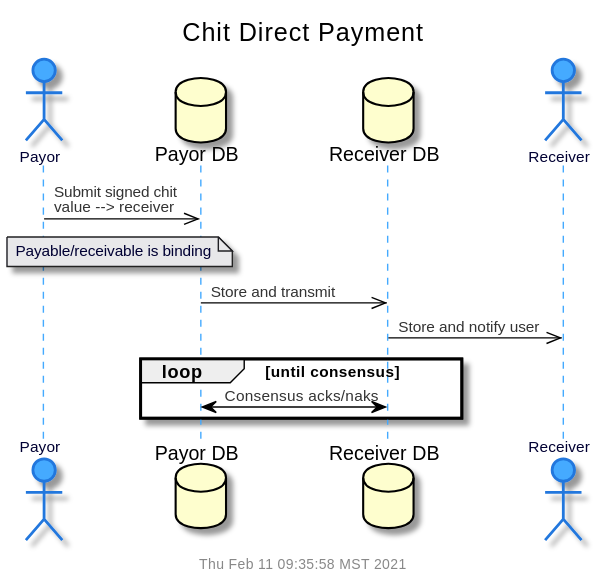
Earlier version of the PlantUML export doc/uml/seq-chit-pmt.svg (gotchoices/MyCHIPs).
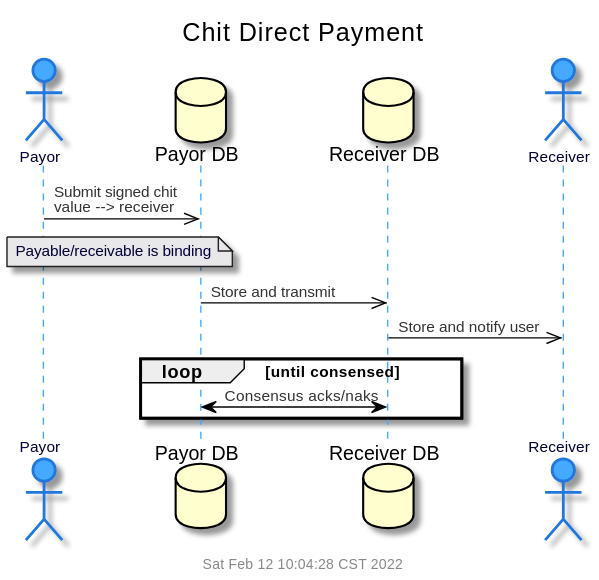
Above is the later version.

Change to the diagram source:
```diff
@@ -12,7 +12,7 @@
 end note
 payDB	->>	recDB:		Store and transmit
 recDB	->>	rec:		Store and notify user
-loop until consensus
+loop until consensed
  payDB	<->	recDB:		Consensus acks/naks
 end loop
 
```
